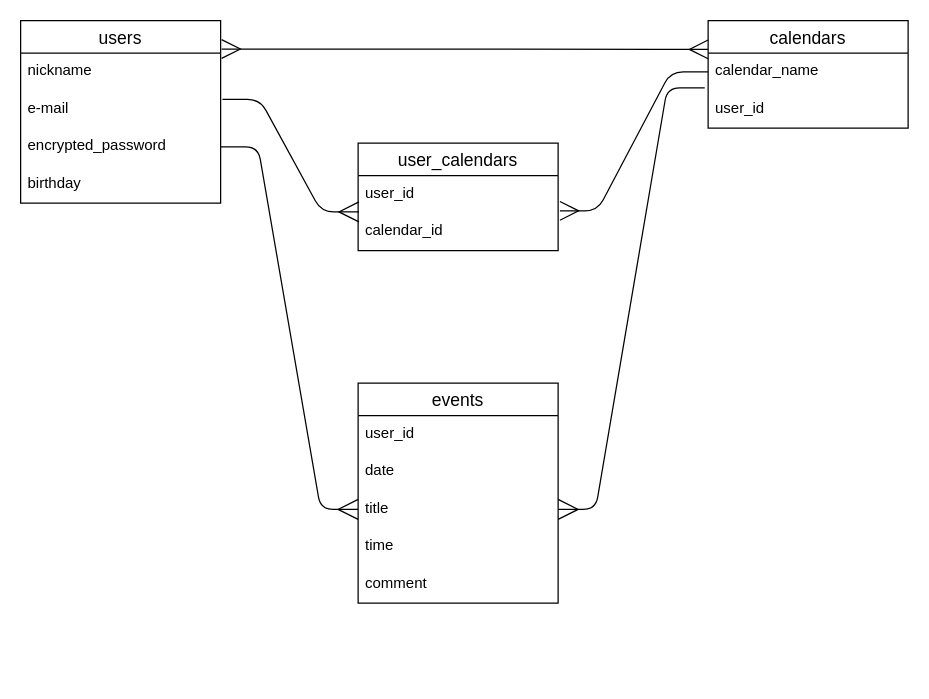
This is sharecalendar.dio from gomachan3232/sharecalendar, a draw.io file, before an edit. Source tidied: cells renumbered, new cells numbered last; positions are measured from the earlier drawing's top-left corner, leaving out a move shared by most shapes. Both pictures are drawn from the tidied source at 125%, with x=0, y=0 at pixel (20, 20).
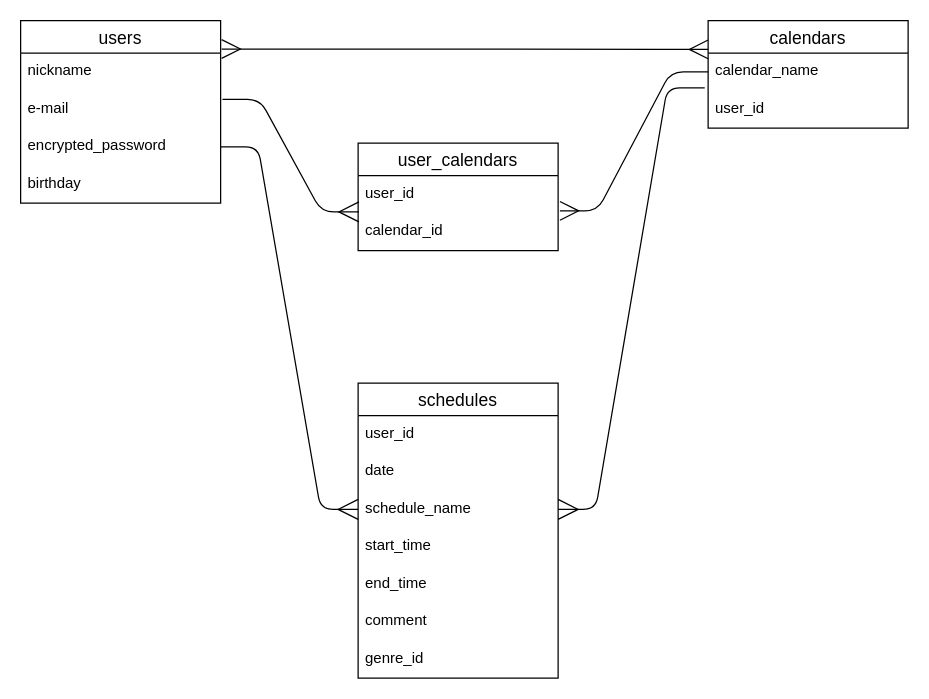
The same page after the edit.

What changed in the source:
```diff
@@
-    <mxCell id="10" value="events" style="swimlane;fontStyle=0;horizontal=1;startSize=26;align=center;fontSize=14;" parent="1" vertex="1">
-      <mxGeometry x="270" y="290" width="160" height="176" as="geometry" />
+    <mxCell id="10" value="schedules" style="swimlane;fontStyle=0;horizontal=1;startSize=26;align=center;fontSize=14;" parent="1" vertex="1">
+      <mxGeometry x="270" y="290" width="160" height="236" as="geometry" />
     </mxCell>
@@
-    <mxCell id="13" value="title" style="text;strokeColor=none;fillColor=none;spacingLeft=4;spacingRight=4;overflow=hidden;points=[[0,0.5],[1,0.5]];portConstraint=eastwest;fontSize=12;" parent="10" vertex="1">
+    <mxCell id="13" value="schedule_name" style="text;strokeColor=none;fillColor=none;spacingLeft=4;spacingRight=4;overflow=hidden;points=[[0,0.5],[1,0.5]];portConstraint=eastwest;fontSize=12;" parent="10" vertex="1">
       <mxGeometry y="86" width="160" height="30" as="geometry" />
     </mxCell>
-    <mxCell id="14" value="time" style="text;strokeColor=none;fillColor=none;spacingLeft=4;spacingRight=4;overflow=hidden;fontSize=12;" parent="10" vertex="1">
+    <mxCell id="14" value="start_time" style="text;strokeColor=none;fillColor=none;spacingLeft=4;spacingRight=4;overflow=hidden;fontSize=12;" parent="10" vertex="1">
       <mxGeometry y="116" width="160" height="30" as="geometry" />
     </mxCell>
+    <mxCell id="24" value="end_time" style="text;strokeColor=none;fillColor=none;spacingLeft=4;spacingRight=4;overflow=hidden;fontSize=12;" parent="10" vertex="1">
+      <mxGeometry y="146" width="160" height="30" as="geometry" />
+    </mxCell>
     <mxCell id="15" value="comment" style="text;strokeColor=none;fillColor=none;spacingLeft=4;spacingRight=4;overflow=hidden;fontSize=12;" parent="10" vertex="1">
-      <mxGeometry y="146" width="160" height="30" as="geometry" />
+      <mxGeometry y="176" width="160" height="30" as="geometry" />
     </mxCell>
+    <mxCell id="25" value="genre_id" style="text;strokeColor=none;fillColor=none;spacingLeft=4;spacingRight=4;overflow=hidden;fontSize=12;" parent="10" vertex="1">
+      <mxGeometry y="206" width="160" height="30" as="geometry" />
+    </mxCell>
```
